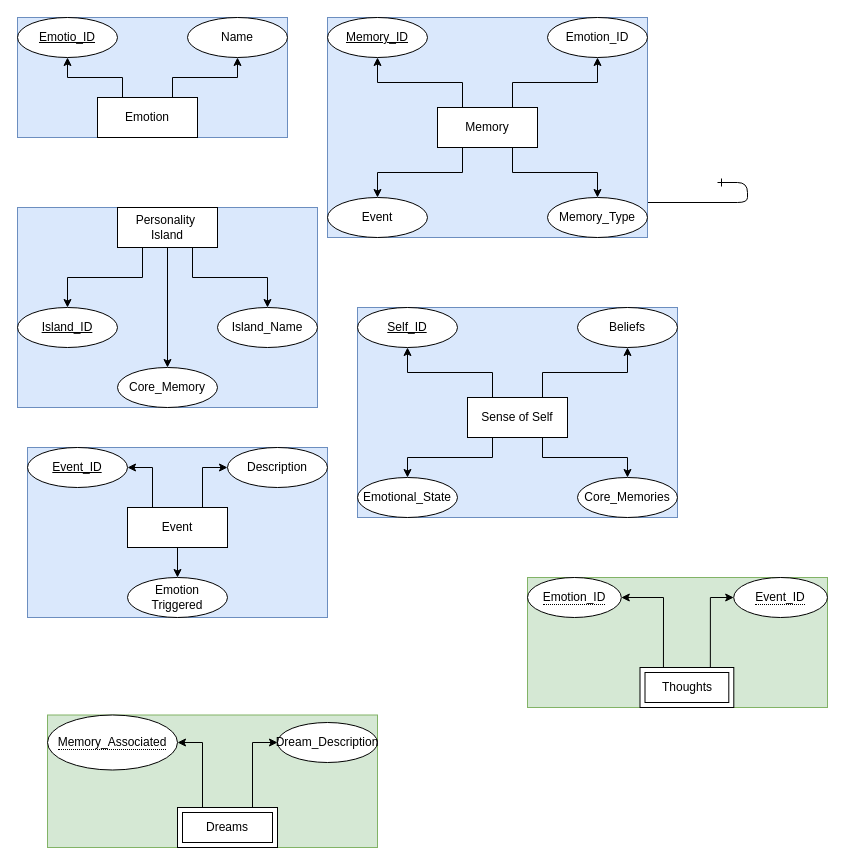
Above: Untitled Diagram.drawio in AnshAcharya/REPO_WITH_CLI (draw.io), before the change. Source tidied: cells renumbered, new cells numbered last; positions are measured from the earlier drawing's top-left corner, leaving out a move shared by most shapes. Both pictures are drawn from the tidied source at 100%, with x=0, y=0 at pixel (17, 17).
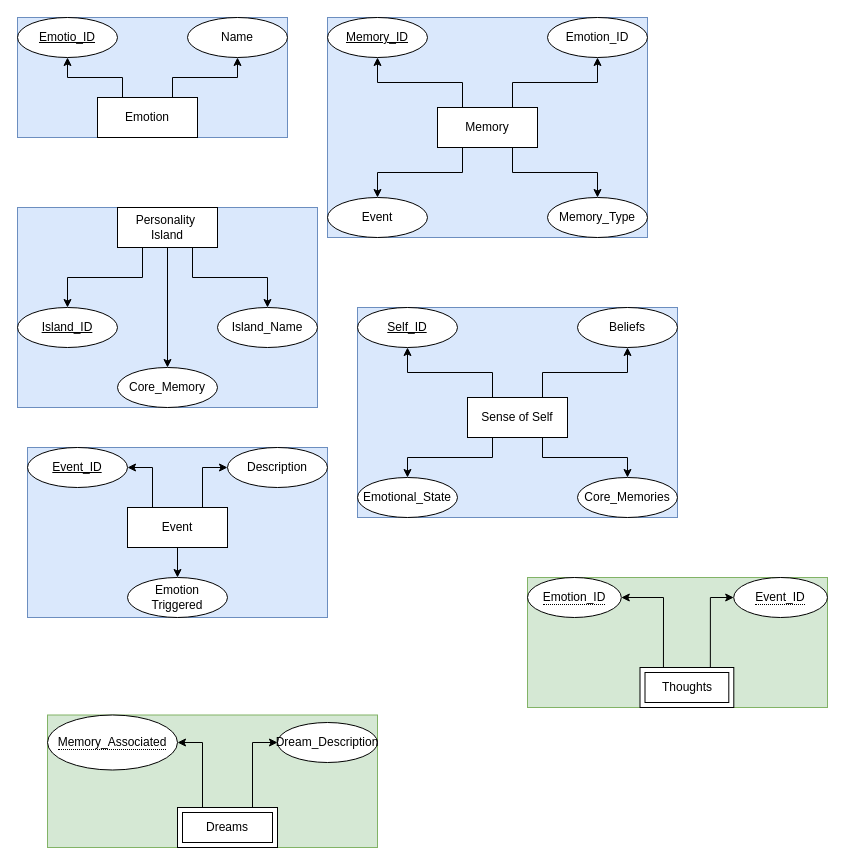
Above is the later version.

What changed in the source:
```diff
@@
-    <mxCell id="2" style="edgeStyle=entityRelationEdgeStyle;endArrow=ERzeroToMany;startArrow=ERone;endFill=1;startFill=0;" parent="1" edge="1">
-      <mxGeometry relative="1" as="geometry">
-        <mxPoint x="700" y="165" as="sourcePoint" />
-        <mxPoint x="460" y="205" as="targetPoint" />
-      </mxGeometry>
-    </mxCell>
```
